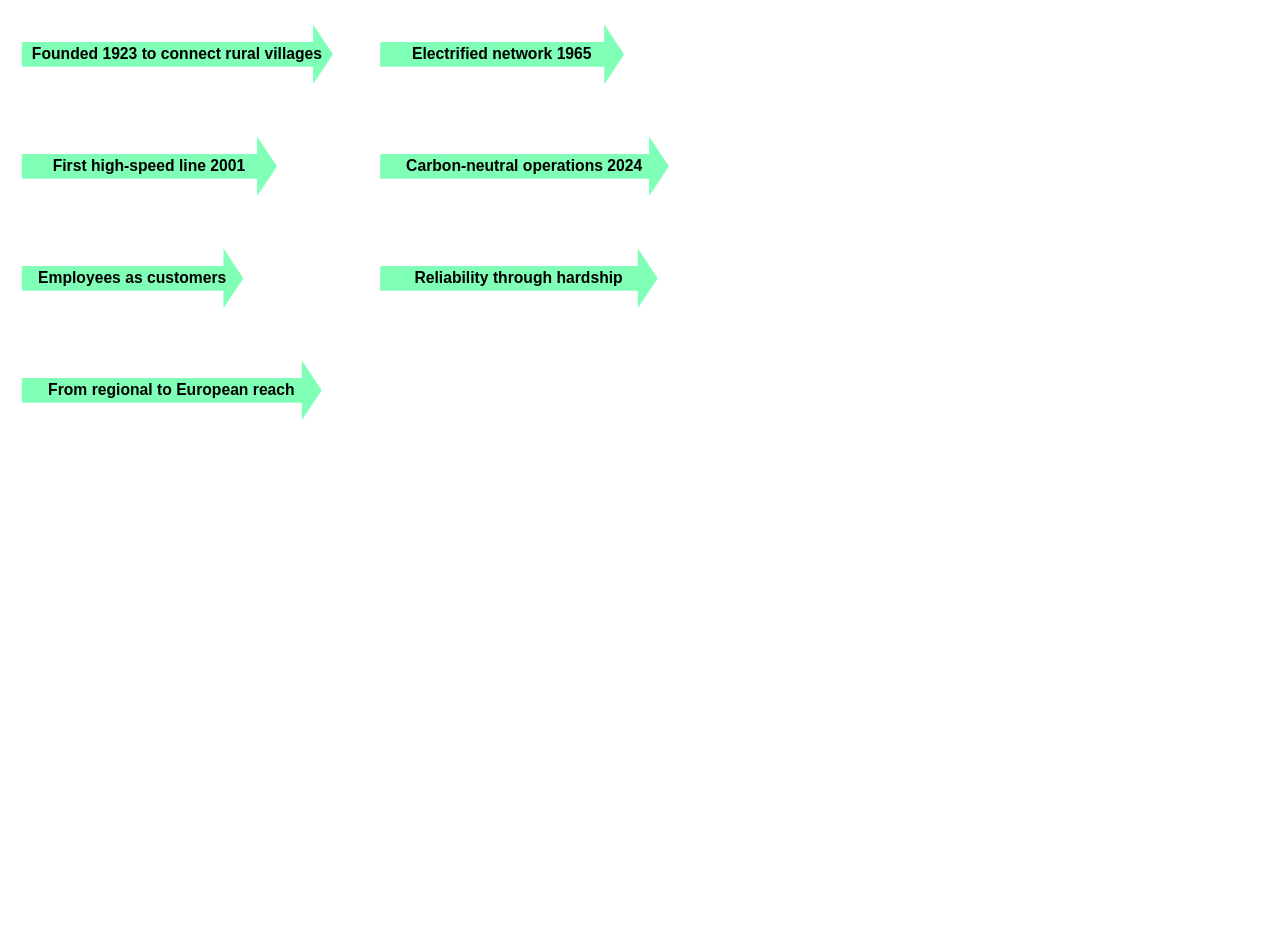
Rahola/edgy-skills keeps this draw.io diagram as skills/documentation/edgy-diagram/examples/expected-story.drawio. Above is the earlier version. Source tidied: cells renumbered, new cells numbered last; positions are measured from the earlier drawing's top-left corner, leaving out a move shared by most shapes. Both pictures are drawn from the tidied source at 112%, with x=0, y=0 at pixel (20, 20).
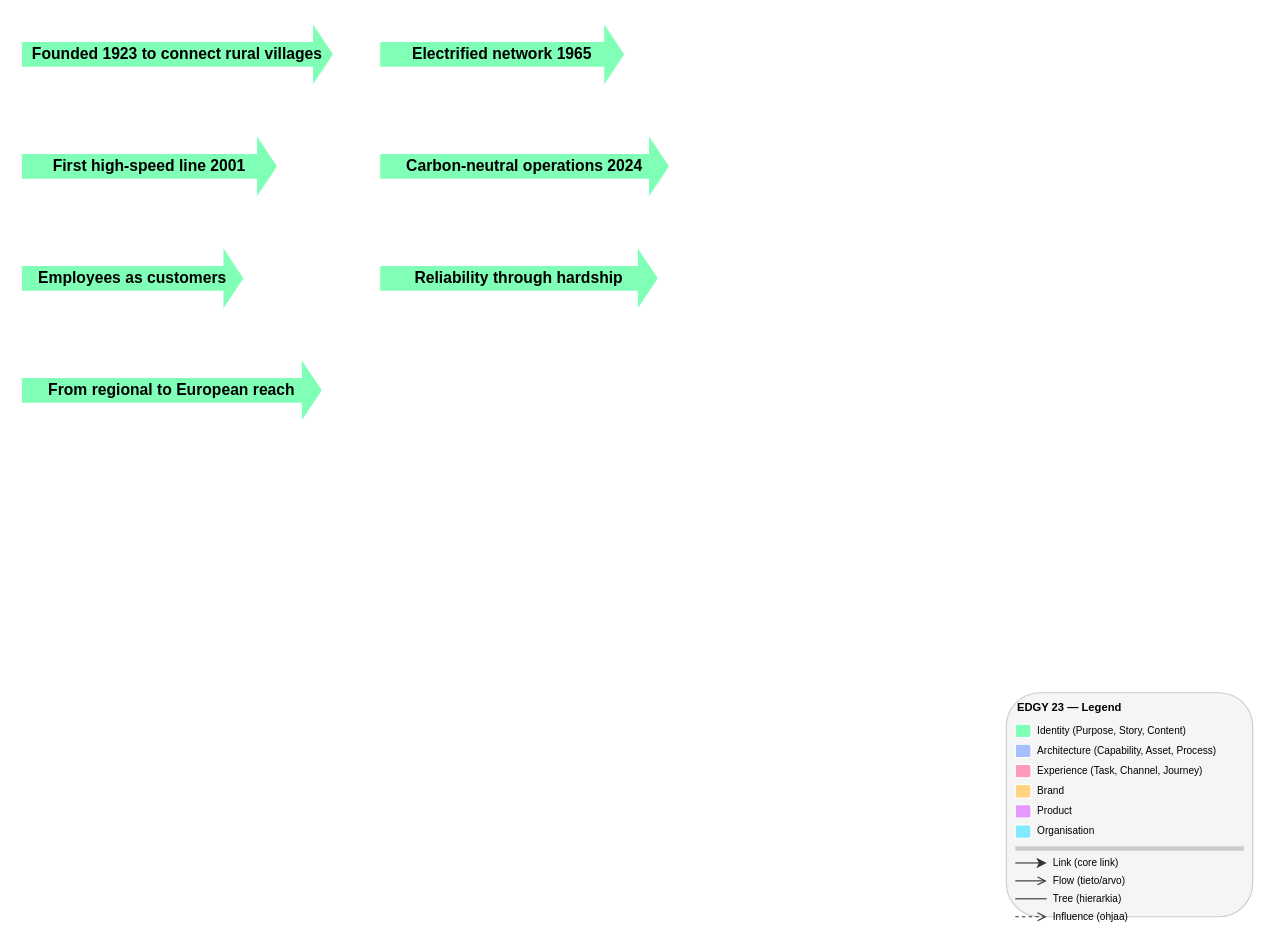
The same page after the edit.

Change to the diagram source:
```diff
@@
+    <mxCell id="9" style="rounded=1;whiteSpace=wrap;html=1;fillColor=#f5f5f5;strokeColor=#cccccc;strokeWidth=1;" parent="1" vertex="1">
+      <mxGeometry x="880" y="600" width="220" height="200" as="geometry" />
+    </mxCell>
+    <mxCell id="10" value="&lt;b&gt;EDGY 23 — Legend&lt;/b&gt;" style="text;html=1;align=left;verticalAlign=middle;strokeColor=none;fillColor=none;fontSize=10;fontStyle=1;" parent="1" vertex="1">
+      <mxGeometry x="888" y="604" width="204" height="18" as="geometry" />
+    </mxCell>
+    <mxCell id="11" style="rounded=1;whiteSpace=wrap;html=1;fillColor=#80ffb7;strokeColor=#ffffff;strokeWidth=1;" parent="1" vertex="1">
+      <mxGeometry x="888" y="628" width="14" height="12" as="geometry" />
+    </mxCell>
+    <mxCell id="12" value="Identity (Purpose, Story, Content)" style="text;html=1;align=left;verticalAlign=middle;strokeColor=none;fillColor=none;fontSize=9;" parent="1" vertex="1">
+      <mxGeometry x="906" y="626" width="186" height="16" as="geometry" />
+    </mxCell>
+    <mxCell id="13" style="rounded=1;whiteSpace=wrap;html=1;fillColor=#a6c0ff;strokeColor=#ffffff;strokeWidth=1;" parent="1" vertex="1">
+      <mxGeometry x="888" y="646" width="14" height="12" as="geometry" />
+    </mxCell>
+    <mxCell id="14" value="Architecture (Capability, Asset, Process)" style="text;html=1;align=left;verticalAlign=middle;strokeColor=none;fillColor=none;fontSize=9;" parent="1" vertex="1">
+      <mxGeometry x="906" y="644" width="186" height="16" as="geometry" />
+    </mxCell>
+    <mxCell id="15" style="rounded=1;whiteSpace=wrap;html=1;fillColor=#ff99bd;strokeColor=#ffffff;strokeWidth=1;" parent="1" vertex="1">
+      <mxGeometry x="888" y="664" width="14" height="12" as="geometry" />
+    </mxCell>
+    <mxCell id="16" value="Experience (Task, Channel, Journey)" style="text;html=1;align=left;verticalAlign=middle;strokeColor=none;fillColor=none;fontSize=9;" parent="1" vertex="1">
+      <mxGeometry x="906" y="662" width="186" height="16" as="geometry" />
+    </mxCell>
+    <mxCell id="17" style="rounded=1;whiteSpace=wrap;html=1;fillColor=#ffd580;strokeColor=#ffffff;strokeWidth=1;" parent="1" vertex="1">
+      <mxGeometry x="888" y="682" width="14" height="12" as="geometry" />
+    </mxCell>
+    <mxCell id="18" value="Brand" style="text;html=1;align=left;verticalAlign=middle;strokeColor=none;fillColor=none;fontSize=9;" parent="1" vertex="1">
+      <mxGeometry x="906" y="680" width="186" height="16" as="geometry" />
+    </mxCell>
+    <mxCell id="19" style="rounded=1;whiteSpace=wrap;html=1;fillColor=#e599ff;strokeColor=#ffffff;strokeWidth=1;" parent="1" vertex="1">
+      <mxGeometry x="888" y="700" width="14" height="12" as="geometry" />
+    </mxCell>
+    <mxCell id="20" value="Product" style="text;html=1;align=left;verticalAlign=middle;strokeColor=none;fillColor=none;fontSize=9;" parent="1" vertex="1">
+      <mxGeometry x="906" y="698" width="186" height="16" as="geometry" />
+    </mxCell>
+    <mxCell id="21" style="rounded=1;whiteSpace=wrap;html=1;fillColor=#80eaff;strokeColor=#ffffff;strokeWidth=1;" parent="1" vertex="1">
+      <mxGeometry x="888" y="718" width="14" height="12" as="geometry" />
+    </mxCell>
+    <mxCell id="22" value="Organisation" style="text;html=1;align=left;verticalAlign=middle;strokeColor=none;fillColor=none;fontSize=9;" parent="1" vertex="1">
+      <mxGeometry x="906" y="716" width="186" height="16" as="geometry" />
+    </mxCell>
+    <mxCell id="23" style="line;strokeColor=#cccccc;fillColor=none;" parent="1" vertex="1">
+      <mxGeometry x="888" y="736" width="204" height="6" as="geometry" />
+    </mxCell>
+    <mxCell id="24" style="edgeStyle=none;endArrow=classic;endFill=1;strokeWidth=1;strokeColor=#333333;" parent="1" edge="1">
+      <mxGeometry relative="1" as="geometry">
+        <mxPoint x="888" y="752" as="sourcePoint" />
+        <mxPoint x="916" y="752" as="targetPoint" />
+      </mxGeometry>
+    </mxCell>
+    <mxCell id="25" value="Link (core link)" style="text;html=1;align=left;verticalAlign=middle;strokeColor=none;fillColor=none;fontSize=9;" parent="1" vertex="1">
+      <mxGeometry x="920" y="744" width="172" height="16" as="geometry" />
+    </mxCell>
+    <mxCell id="26" style="edgeStyle=none;endArrow=open;endFill=0;strokeWidth=1;strokeColor=#333333;" parent="1" edge="1">
+      <mxGeometry relative="1" as="geometry">
+        <mxPoint x="888" y="768" as="sourcePoint" />
+        <mxPoint x="916" y="768" as="targetPoint" />
+      </mxGeometry>
+    </mxCell>
+    <mxCell id="27" value="Flow (tieto/arvo)" style="text;html=1;align=left;verticalAlign=middle;strokeColor=none;fillColor=none;fontSize=9;" parent="1" vertex="1">
+      <mxGeometry x="920" y="760" width="172" height="16" as="geometry" />
+    </mxCell>
+    <mxCell id="28" style="edgeStyle=none;endArrow=none;strokeWidth=1;strokeColor=#333333;" parent="1" edge="1">
+      <mxGeometry relative="1" as="geometry">
+        <mxPoint x="888" y="784" as="sourcePoint" />
+        <mxPoint x="916" y="784" as="targetPoint" />
+      </mxGeometry>
+    </mxCell>
+    <mxCell id="29" value="Tree (hierarkia)" style="text;html=1;align=left;verticalAlign=middle;strokeColor=none;fillColor=none;fontSize=9;" parent="1" vertex="1">
+      <mxGeometry x="920" y="776" width="172" height="16" as="geometry" />
+    </mxCell>
+    <mxCell id="30" style="edgeStyle=none;endArrow=open;endFill=0;dashed=1;strokeWidth=1;strokeColor=#333333;" parent="1" edge="1">
+      <mxGeometry relative="1" as="geometry">
+        <mxPoint x="888" y="800" as="sourcePoint" />
+        <mxPoint x="916" y="800" as="targetPoint" />
+      </mxGeometry>
+    </mxCell>
+    <mxCell id="31" value="Influence (ohjaa)" style="text;html=1;align=left;verticalAlign=middle;strokeColor=none;fillColor=none;fontSize=9;" parent="1" vertex="1">
+      <mxGeometry x="920" y="792" width="172" height="16" as="geometry" />
+    </mxCell>
```
